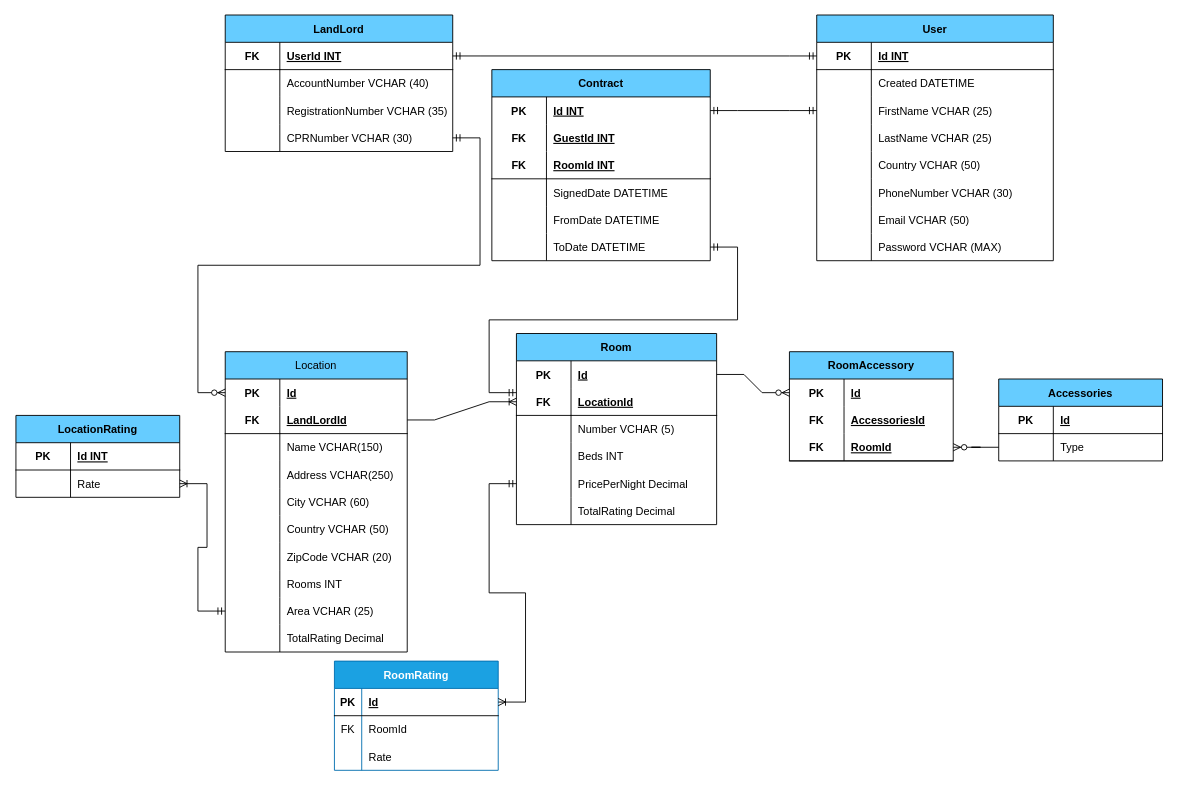
The draw.io diagram B&B-ER.drawio in KeanTech/BandB_Booking, before the edit. Source tidied: cells renumbered, new cells numbered last; positions are measured from the earlier drawing's top-left corner, leaving out a move shared by most shapes. Both pictures are drawn from the tidied source at 91%, with x=0, y=0 at pixel (15, 15).
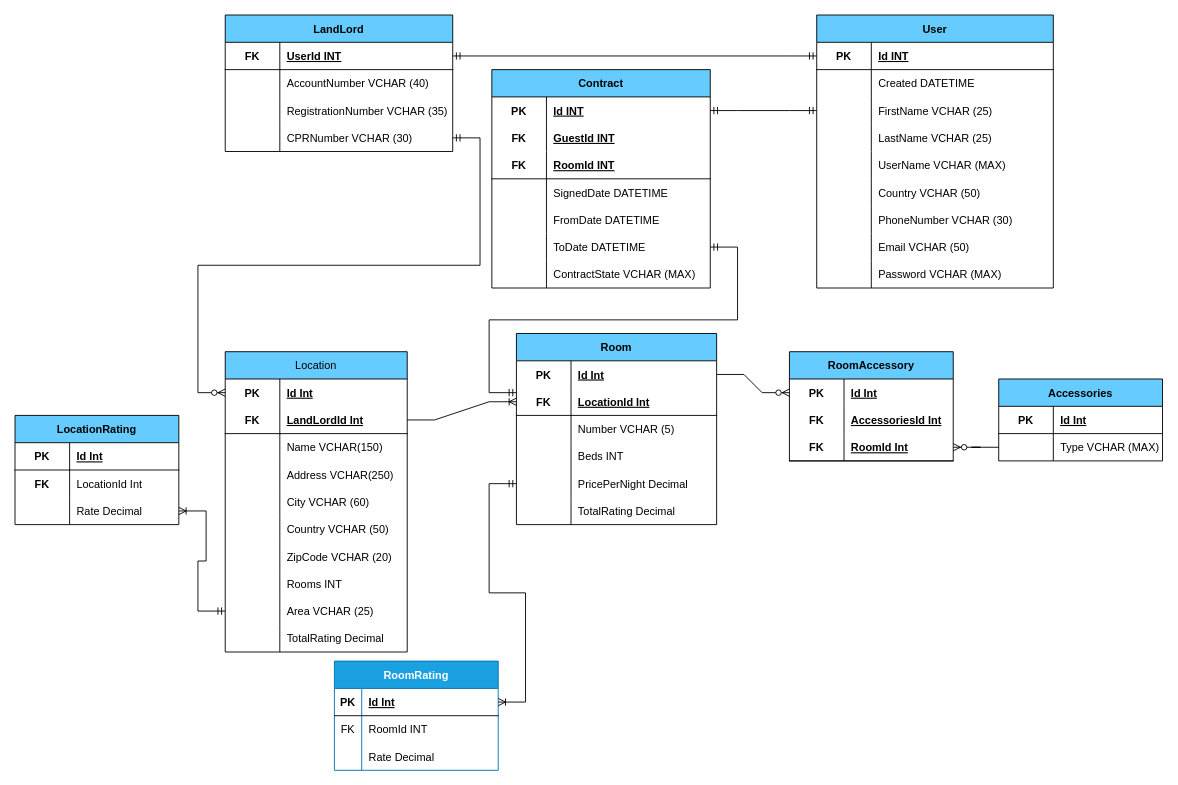
After the change.

Unchanged cells that the change refers to:
```xml
<mxCell id="22" style="shape=tableRow;horizontal=0;startSize=0;swimlaneHead=0;swimlaneBody=0;fillColor=none;points=[[0,0.5],[1,0.5]];portConstraint=eastwest;top=0;left=0;right=0;bottom=0;fillStyle=auto;" parent="21" vertex="1">
  <mxGeometry y="30" width="180" height="30" as="geometry" />
</mxCell>
<mxCell id="25" style="shape=tableRow;horizontal=0;startSize=0;swimlaneHead=0;swimlaneBody=0;fillColor=none;top=0;left=0;right=0;bottom=0;fillStyle=auto;" parent="21" vertex="1">
  <mxGeometry y="60" width="180" height="30" as="geometry" />
</mxCell>
<mxCell id="28" style="shape=tableRow;horizontal=0;startSize=0;swimlaneHead=0;swimlaneBody=0;fillColor=none;points=[[0,0.5],[1,0.5]];portConstraint=eastwest;top=0;left=0;right=0;bottom=1;fillStyle=auto;" parent="21" vertex="1">
  <mxGeometry y="90" width="180" height="30" as="geometry" />
</mxCell>
<mxCell id="32" style="shape=tableRow;horizontal=0;startSize=0;swimlaneHead=0;swimlaneBody=0;fillColor=none;top=0;left=0;right=0;bottom=0;fillStyle=auto;" parent="31" vertex="1">
  <mxGeometry y="30" width="180" height="30" as="geometry" />
</mxCell>
<mxCell id="35" style="shape=tableRow;horizontal=0;startSize=0;swimlaneHead=0;swimlaneBody=0;fillColor=none;points=[[0,0.5],[1,0.5]];portConstraint=eastwest;top=0;left=0;right=0;bottom=0;fillStyle=auto;" parent="31" vertex="1">
  <mxGeometry y="60" width="180" height="30" as="geometry" />
</mxCell>
<mxCell id="39" style="shape=tableRow;horizontal=0;startSize=0;swimlaneHead=0;swimlaneBody=0;fillColor=none;points=[[0,0.5],[1,0.5]];portConstraint=eastwest;top=0;left=0;right=0;bottom=0;fillStyle=auto;" parent="38" vertex="1">
  <mxGeometry y="30" width="220" height="30" as="geometry" />
</mxCell>
<mxCell id="42" style="shape=tableRow;horizontal=0;startSize=0;swimlaneHead=0;swimlaneBody=0;fillColor=none;points=[[0,0.5],[1,0.5]];portConstraint=eastwest;top=0;left=0;right=0;bottom=0;fillStyle=auto;" parent="38" vertex="1">
  <mxGeometry y="60" width="220" height="30" as="geometry" />
</mxCell>
<mxCell id="98" style="shape=tableRow;horizontal=0;startSize=0;swimlaneHead=0;swimlaneBody=0;fillColor=none;top=0;left=0;right=0;bottom=0;fillStyle=auto;" parent="97" vertex="1">
  <mxGeometry y="30" width="200" height="30" as="geometry" />
</mxCell>
<mxCell id="101" style="shape=tableRow;horizontal=0;startSize=0;swimlaneHead=0;swimlaneBody=0;fillColor=none;points=[[0,0.5],[1,0.5]];portConstraint=eastwest;top=0;left=0;right=0;bottom=0;fillStyle=auto;" parent="97" vertex="1">
  <mxGeometry y="60" width="200" height="30" as="geometry" />
</mxCell>
<mxCell id="133" style="shape=tableRow;horizontal=0;startSize=0;swimlaneHead=0;swimlaneBody=0;fillColor=none;points=[[0,0.5],[1,0.5]];portConstraint=eastwest;top=0;left=0;right=0;bottom=1;" parent="132" vertex="1">
  <mxGeometry y="30" width="180" height="30" as="geometry" />
</mxCell>
<mxCell id="136" style="shape=tableRow;horizontal=0;startSize=0;swimlaneHead=0;swimlaneBody=0;fillColor=none;top=0;left=0;right=0;bottom=0;" parent="132" vertex="1">
  <mxGeometry y="60" width="180" height="30" as="geometry" />
</mxCell>
<mxCell id="139" style="shape=tableRow;horizontal=0;startSize=0;swimlaneHead=0;swimlaneBody=0;fillColor=none;top=0;left=0;right=0;bottom=0;" parent="132" vertex="1">
  <mxGeometry y="90" width="180" height="30" as="geometry" />
</mxCell>
<mxCell id="146" style="shape=tableRow;horizontal=0;startSize=0;swimlaneHead=0;swimlaneBody=0;fillColor=none;top=0;left=0;right=0;bottom=0;fillStyle=auto;" parent="145" vertex="1">
  <mxGeometry y="30" width="180" height="30" as="geometry" />
</mxCell>
```

The edit, as a diff of the source:
```diff
@@
     <mxCell id="2" value="Contract" style="shape=table;startSize=30;childLayout=tableLayout;rowLines=0;fontStyle=1;align=center;fillStyle=auto;fillColor=#66CCFF;" parent="1" vertex="1">
-      <mxGeometry x="523" y="60" width="240" height="210" as="geometry" />
+      <mxGeometry x="523" y="60" width="240" height="240" as="geometry" />
     </mxCell>
@@
+    <mxCell id="152" style="shape=tableRow;horizontal=0;startSize=0;swimlaneHead=0;swimlaneBody=0;fillColor=none;top=0;left=0;right=0;bottom=0;fillStyle=auto;" parent="2" vertex="1">
+      <mxGeometry y="210" width="240" height="30" as="geometry" />
+    </mxCell>
+    <mxCell id="153" style="shape=partialRectangle;fillColor=none;top=0;left=0;bottom=0;right=0;overflow=hidden;fillStyle=auto;" parent="152" vertex="1">
+      <mxGeometry width="60" height="30" as="geometry" />
+    </mxCell>
+    <mxCell id="154" value="ContractState VCHAR (MAX)" style="shape=partialRectangle;fillColor=none;top=0;left=0;bottom=0;right=0;align=left;spacingLeft=6;overflow=hidden;fillStyle=auto;" parent="152" vertex="1">
+      <mxGeometry x="60" width="180" height="30" as="geometry" />
+    </mxCell>
@@
-    <mxCell id="24" value="Id" style="shape=partialRectangle;fillColor=none;top=0;left=0;bottom=0;right=0;align=left;spacingLeft=6;fontStyle=5;overflow=hidden;fillStyle=auto;" parent="22" vertex="1">
+    <mxCell id="24" value="Id Int" style="shape=partialRectangle;fillColor=none;top=0;left=0;bottom=0;right=0;align=left;spacingLeft=6;fontStyle=5;overflow=hidden;fillStyle=auto;" parent="22" vertex="1">
       <mxGeometry x="60" width="120" height="30" as="geometry" />
     </mxCell>
@@
-    <mxCell id="27" value="AccessoriesId" style="shape=partialRectangle;fillColor=none;top=0;left=0;bottom=0;right=0;align=left;spacingLeft=6;fontStyle=5;overflow=hidden;fillStyle=auto;" parent="25" vertex="1">
+    <mxCell id="27" value="AccessoriesId Int" style="shape=partialRectangle;fillColor=none;top=0;left=0;bottom=0;right=0;align=left;spacingLeft=6;fontStyle=5;overflow=hidden;fillStyle=auto;" parent="25" vertex="1">
       <mxGeometry x="60" width="120" height="30" as="geometry" />
     </mxCell>
@@
-    <mxCell id="30" value="RoomId" style="shape=partialRectangle;fillColor=none;top=0;left=0;bottom=0;right=0;align=left;spacingLeft=6;fontStyle=5;overflow=hidden;fillStyle=auto;" parent="28" vertex="1">
+    <mxCell id="30" value="RoomId Int" style="shape=partialRectangle;fillColor=none;top=0;left=0;bottom=0;right=0;align=left;spacingLeft=6;fontStyle=5;overflow=hidden;fillStyle=auto;" parent="28" vertex="1">
       <mxGeometry x="60" width="120" height="30" as="geometry" />
     </mxCell>
@@
-    <mxCell id="34" value="Id" style="shape=partialRectangle;fillColor=none;top=0;left=0;bottom=1;right=0;align=left;spacingLeft=6;fontStyle=5;overflow=hidden;fillStyle=auto;labelBorderColor=none;strokeColor=default;strokeWidth=1;" parent="32" vertex="1">
+    <mxCell id="34" value="Id Int" style="shape=partialRectangle;fillColor=none;top=0;left=0;bottom=1;right=0;align=left;spacingLeft=6;fontStyle=5;overflow=hidden;fillStyle=auto;labelBorderColor=none;strokeColor=default;strokeWidth=1;" parent="32" vertex="1">
       <mxGeometry x="60" width="120" height="30" as="geometry" />
     </mxCell>
@@
-    <mxCell id="37" value="Type" style="shape=partialRectangle;fillColor=none;top=0;left=0;bottom=0;right=0;align=left;spacingLeft=6;overflow=hidden;fillStyle=auto;" parent="35" vertex="1">
+    <mxCell id="37" value="Type VCHAR (MAX)" style="shape=partialRectangle;fillColor=none;top=0;left=0;bottom=0;right=0;align=left;spacingLeft=6;overflow=hidden;fillStyle=auto;" parent="35" vertex="1">
       <mxGeometry x="60" width="120" height="30" as="geometry" />
     </mxCell>
@@
-    <mxCell id="41" value="Id" style="shape=partialRectangle;fillColor=none;top=0;left=0;bottom=0;right=0;align=left;spacingLeft=6;fontStyle=5;overflow=hidden;fillStyle=auto;" parent="39" vertex="1">
+    <mxCell id="41" value="Id Int" style="shape=partialRectangle;fillColor=none;top=0;left=0;bottom=0;right=0;align=left;spacingLeft=6;fontStyle=5;overflow=hidden;fillStyle=auto;" parent="39" vertex="1">
       <mxGeometry x="60" width="160" height="30" as="geometry" />
     </mxCell>
@@
-    <mxCell id="44" value="LocationId" style="shape=partialRectangle;fillColor=none;top=0;left=0;bottom=1;right=0;align=left;spacingLeft=6;fontStyle=5;overflow=hidden;fillStyle=auto;" parent="42" vertex="1">
+    <mxCell id="44" value="LocationId Int" style="shape=partialRectangle;fillColor=none;top=0;left=0;bottom=1;right=0;align=left;spacingLeft=6;fontStyle=5;overflow=hidden;fillStyle=auto;" parent="42" vertex="1">
       <mxGeometry x="60" width="160" height="30" as="geometry" />
     </mxCell>
@@
     <mxCell id="59" value="User" style="shape=table;startSize=30;childLayout=tableLayout;rowLines=0;fontStyle=1;align=center;fillStyle=auto;fillColor=#66CCFF;" parent="1" vertex="1">
-      <mxGeometry x="880" width="260" height="270" as="geometry" />
+      <mxGeometry x="880" width="260" height="300" as="geometry" />
     </mxCell>
@@
+    <mxCell id="155" style="shape=tableRow;horizontal=0;startSize=0;swimlaneHead=0;swimlaneBody=0;fillColor=none;top=0;left=0;right=0;bottom=0;fillStyle=auto;" parent="59" vertex="1">
+      <mxGeometry y="150" width="260" height="30" as="geometry" />
+    </mxCell>
+    <mxCell id="156" style="shape=partialRectangle;fillColor=none;top=0;left=0;bottom=0;right=0;overflow=hidden;fillStyle=auto;" parent="155" vertex="1">
+      <mxGeometry width="60" height="30" as="geometry" />
+    </mxCell>
+    <mxCell id="157" value="UserName VCHAR (MAX)" style="shape=partialRectangle;fillColor=none;top=0;left=0;bottom=0;right=0;align=left;spacingLeft=6;overflow=hidden;fillStyle=auto;" parent="155" vertex="1">
+      <mxGeometry x="60" width="200" height="30" as="geometry" />
+    </mxCell>
     <mxCell id="72" style="shape=tableRow;horizontal=0;startSize=0;swimlaneHead=0;swimlaneBody=0;fillColor=none;top=0;left=0;right=0;bottom=0;fillStyle=auto;" parent="59" vertex="1">
-      <mxGeometry y="150" width="260" height="30" as="geometry" />
+      <mxGeometry y="180" width="260" height="30" as="geometry" />
     </mxCell>
@@
     <mxCell id="75" style="shape=tableRow;horizontal=0;startSize=0;swimlaneHead=0;swimlaneBody=0;fillColor=none;top=0;left=0;right=0;bottom=0;fillStyle=auto;" parent="59" vertex="1">
-      <mxGeometry y="180" width="260" height="30" as="geometry" />
+      <mxGeometry y="210" width="260" height="30" as="geometry" />
     </mxCell>
@@
     <mxCell id="78" style="shape=tableRow;horizontal=0;startSize=0;swimlaneHead=0;swimlaneBody=0;fillColor=none;top=0;left=0;right=0;bottom=0;fillStyle=auto;" parent="59" vertex="1">
-      <mxGeometry y="210" width="260" height="30" as="geometry" />
+      <mxGeometry y="240" width="260" height="30" as="geometry" />
     </mxCell>
@@
     <mxCell id="81" style="shape=tableRow;horizontal=0;startSize=0;swimlaneHead=0;swimlaneBody=0;fillColor=none;top=0;left=0;right=0;bottom=0;fillStyle=auto;" parent="59" vertex="1">
-      <mxGeometry y="240" width="260" height="30" as="geometry" />
+      <mxGeometry y="270" width="260" height="30" as="geometry" />
     </mxCell>
@@
-    <mxCell id="100" value="Id" style="shape=partialRectangle;fillColor=none;top=0;left=0;bottom=0;right=0;align=left;spacingLeft=6;fontStyle=5;overflow=hidden;fillStyle=auto;" parent="98" vertex="1">
+    <mxCell id="100" value="Id Int" style="shape=partialRectangle;fillColor=none;top=0;left=0;bottom=0;right=0;align=left;spacingLeft=6;fontStyle=5;overflow=hidden;fillStyle=auto;" parent="98" vertex="1">
       <mxGeometry x="60" width="140" height="30" as="geometry" />
     </mxCell>
@@
-    <mxCell id="103" value="LandLordId" style="shape=partialRectangle;fillColor=none;top=0;left=0;bottom=1;right=0;align=left;spacingLeft=6;fontStyle=5;overflow=hidden;fillStyle=auto;" parent="101" vertex="1">
+    <mxCell id="103" value="LandLordId Int" style="shape=partialRectangle;fillColor=none;top=0;left=0;bottom=1;right=0;align=left;spacingLeft=6;fontStyle=5;overflow=hidden;fillStyle=auto;" parent="101" vertex="1">
       <mxGeometry x="60" width="140" height="30" as="geometry" />
     </mxCell>
@@
-    <mxCell id="135" value="Id" style="shape=partialRectangle;fillColor=none;top=0;left=0;bottom=0;right=0;align=left;spacingLeft=6;fontStyle=5;overflow=hidden;strokeColor=default;" parent="133" vertex="1">
+    <mxCell id="135" value="Id Int" style="shape=partialRectangle;fillColor=none;top=0;left=0;bottom=0;right=0;align=left;spacingLeft=6;fontStyle=5;overflow=hidden;strokeColor=default;" parent="133" vertex="1">
       <mxGeometry x="30" width="150" height="30" as="geometry" />
     </mxCell>
@@
-    <mxCell id="138" value="RoomId" style="shape=partialRectangle;fillColor=none;top=0;left=0;bottom=0;right=0;align=left;spacingLeft=6;overflow=hidden;" parent="136" vertex="1">
+    <mxCell id="138" value="RoomId INT" style="shape=partialRectangle;fillColor=none;top=0;left=0;bottom=0;right=0;align=left;spacingLeft=6;overflow=hidden;" parent="136" vertex="1">
       <mxGeometry x="30" width="150" height="30" as="geometry" />
     </mxCell>
@@
-    <mxCell id="141" value="Rate" style="shape=partialRectangle;fillColor=none;top=0;left=0;bottom=0;right=0;align=left;spacingLeft=6;overflow=hidden;" parent="139" vertex="1">
+    <mxCell id="141" value="Rate Decimal" style="shape=partialRectangle;fillColor=none;top=0;left=0;bottom=0;right=0;align=left;spacingLeft=6;overflow=hidden;" parent="139" vertex="1">
       <mxGeometry x="30" width="150" height="30" as="geometry" />
     </mxCell>
@@
     <mxCell id="145" value="LocationRating" style="shape=table;startSize=30;childLayout=tableLayout;rowLines=0;fontStyle=1;align=center;fillStyle=auto;fillColor=#66CCFF;" parent="1" vertex="1">
-      <mxGeometry y="440" width="180" height="90" as="geometry" />
+      <mxGeometry x="-1" y="440" width="180" height="120" as="geometry" />
     </mxCell>
@@
-    <mxCell id="148" value="Id INT" style="shape=partialRectangle;fillColor=none;top=0;left=0;bottom=1;right=0;align=left;spacingLeft=6;fontStyle=5;overflow=hidden;fillStyle=auto;" parent="146" vertex="1">
+    <mxCell id="148" value="Id Int" style="shape=partialRectangle;fillColor=none;top=0;left=0;bottom=1;right=0;align=left;spacingLeft=6;fontStyle=5;overflow=hidden;fillStyle=auto;" parent="146" vertex="1">
       <mxGeometry x="60" width="120" height="30" as="geometry" />
     </mxCell>
+    <mxCell id="158" style="shape=tableRow;horizontal=0;startSize=0;swimlaneHead=0;swimlaneBody=0;fillColor=none;top=0;left=0;right=0;bottom=0;fillStyle=auto;" parent="145" vertex="1">
+      <mxGeometry y="60" width="180" height="30" as="geometry" />
+    </mxCell>
+    <mxCell id="159" value="FK" style="shape=partialRectangle;fillColor=none;top=0;left=0;bottom=0;right=0;fontStyle=1;overflow=hidden;fillStyle=auto;" parent="158" vertex="1">
+      <mxGeometry width="60" height="30" as="geometry" />
+    </mxCell>
+    <mxCell id="160" value="LocationId Int" style="shape=partialRectangle;fillColor=none;top=0;left=0;bottom=0;right=0;align=left;spacingLeft=6;fontStyle=0;overflow=hidden;fillStyle=auto;" parent="158" vertex="1">
+      <mxGeometry x="60" width="120" height="30" as="geometry" />
+    </mxCell>
     <mxCell id="149" style="shape=tableRow;horizontal=0;startSize=0;swimlaneHead=0;swimlaneBody=0;fillColor=none;points=[[0,0.5],[1,0.5]];portConstraint=eastwest;top=0;left=0;right=0;bottom=0;fillStyle=auto;" parent="145" vertex="1">
-      <mxGeometry y="60" width="180" height="30" as="geometry" />
+      <mxGeometry y="90" width="180" height="30" as="geometry" />
     </mxCell>
@@
-    <mxCell id="151" value="Rate" style="shape=partialRectangle;fillColor=none;top=0;left=0;bottom=0;right=0;align=left;spacingLeft=6;fontStyle=0;overflow=hidden;fillStyle=auto;" parent="149" vertex="1">
+    <mxCell id="151" value="Rate Decimal" style="shape=partialRectangle;fillColor=none;top=0;left=0;bottom=0;right=0;align=left;spacingLeft=6;fontStyle=0;overflow=hidden;fillStyle=auto;" parent="149" vertex="1">
       <mxGeometry x="60" width="120" height="30" as="geometry" />
     </mxCell>
```
